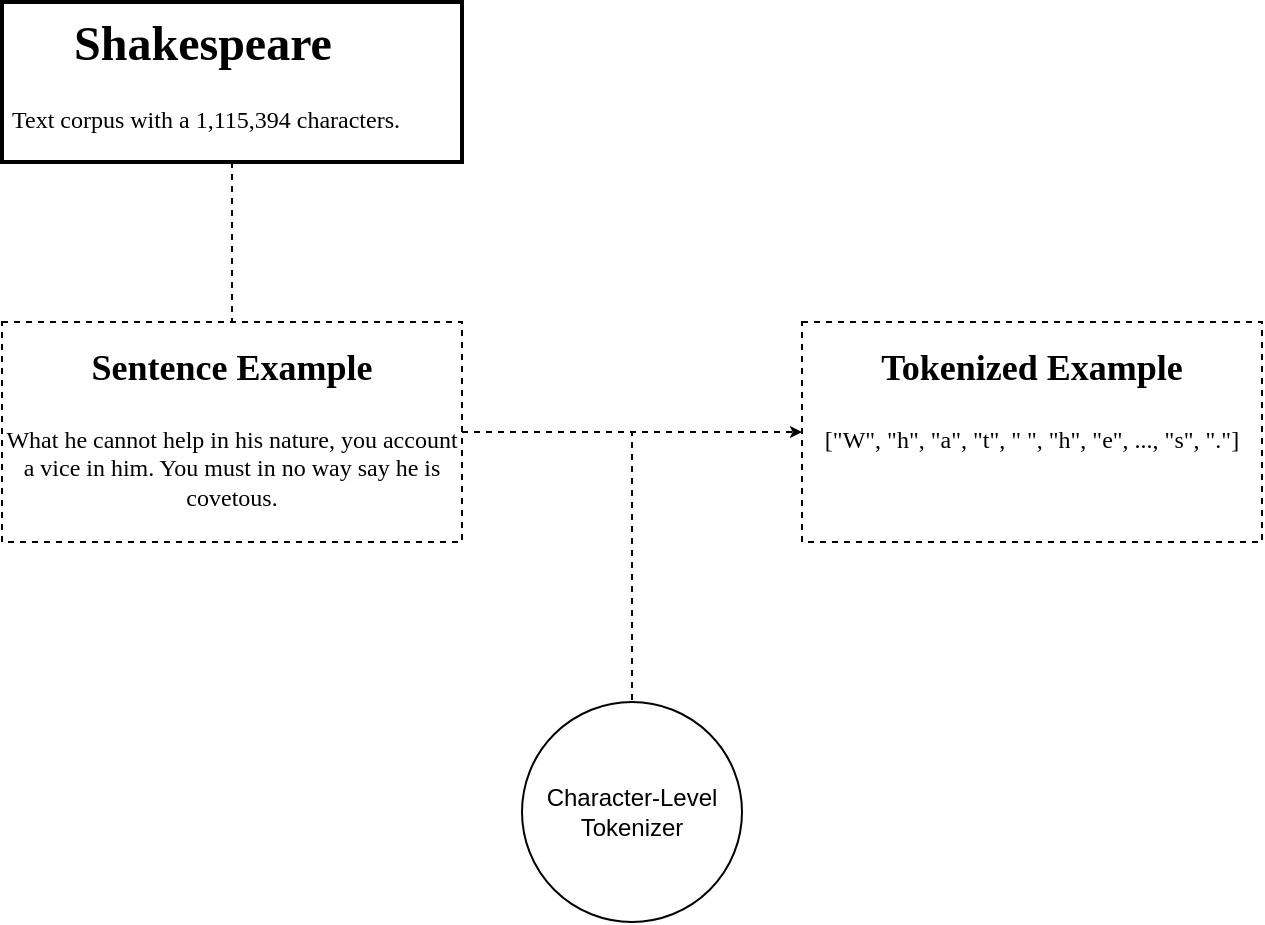
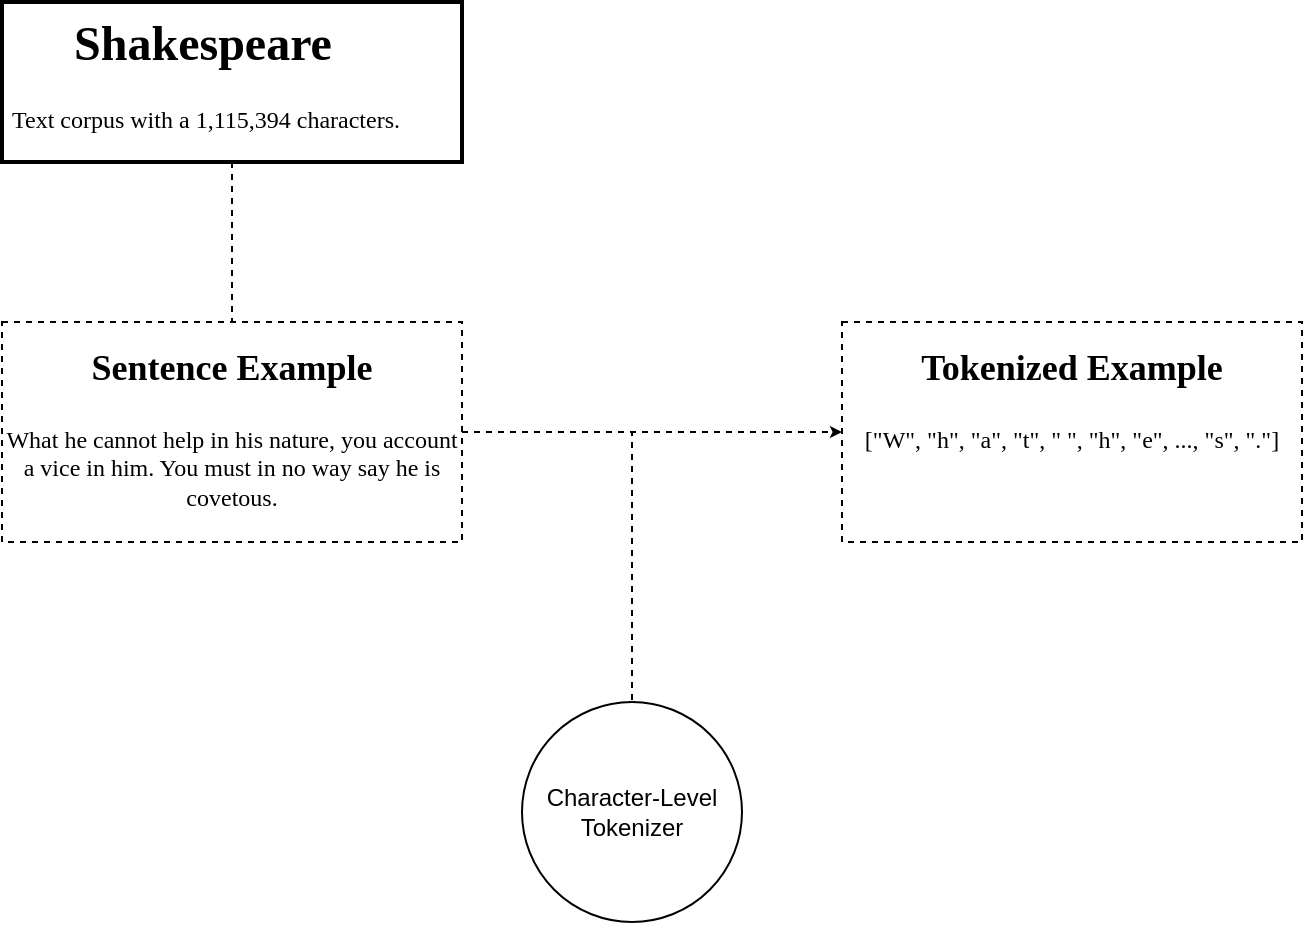
<mxfile host="app.diagrams.net">
  <diagram id="NtGSKF13I9CKaHuXPRk5" name="Page-1">
    <mxGraphModel dx="1092" dy="637" grid="1" gridSize="10" guides="1" tooltips="1" connect="1" arrows="1" fold="1" page="1" pageScale="1" pageWidth="850" pageHeight="1100" math="0" shadow="0">
      <root>
        <mxCell id="0" />
        <mxCell id="1" parent="0" />
        <mxCell id="4VjlniU39edUG8nQXsp6-4" edge="1" parent="1" source="4VjlniU39edUG8nQXsp6-1" style="edgeStyle=orthogonalEdgeStyle;rounded=0;orthogonalLoop=1;jettySize=auto;html=1;entryX=0.5;entryY=0;entryDx=0;entryDy=0;dashed=1;endArrow=none;endFill=0;" target="4VjlniU39edUG8nQXsp6-3">
          <mxGeometry relative="1" as="geometry" />
        </mxCell>
        <mxCell id="4VjlniU39edUG8nQXsp6-1" parent="1" style="text;html=1;whiteSpace=wrap;overflow=hidden;rounded=0;strokeColor=default;strokeWidth=2;" value="&lt;h1 style=&quot;text-align: center; margin-top: 0px;&quot;&gt;&lt;font face=&quot;Tahoma&quot;&gt;Shakespeare&lt;/font&gt;&lt;/h1&gt;&lt;p style=&quot;text-align: center;&quot;&gt;&lt;font face=&quot;Tahoma&quot;&gt;&amp;nbsp;Text corpus with a&amp;nbsp;&lt;span style=&quot;background-color: transparent; color: light-dark(rgb(0, 0, 0), rgb(255, 255, 255));&quot;&gt;1,115,394 characters.&lt;/span&gt;&lt;/font&gt;&lt;br&gt;&lt;/p&gt;" vertex="1">
          <mxGeometry height="80" width="230" x="80" y="330" as="geometry" />
        </mxCell>
        <mxCell id="4VjlniU39edUG8nQXsp6-6" edge="1" parent="1" source="4VjlniU39edUG8nQXsp6-3" style="edgeStyle=orthogonalEdgeStyle;rounded=0;orthogonalLoop=1;jettySize=auto;html=1;entryX=0;entryY=0.5;entryDx=0;entryDy=0;endSize=3;dashed=1;" target="4VjlniU39edUG8nQXsp6-5">
          <mxGeometry relative="1" as="geometry">
            <Array as="points">
              <mxPoint x="390" y="545" />
              <mxPoint x="390" y="545" />
            </Array>
          </mxGeometry>
        </mxCell>
        <mxCell id="4VjlniU39edUG8nQXsp6-11" edge="1" parent="1" source="4VjlniU39edUG8nQXsp6-3" style="edgeStyle=orthogonalEdgeStyle;rounded=0;orthogonalLoop=1;jettySize=auto;html=1;entryX=0.5;entryY=0;entryDx=0;entryDy=0;endSize=3;dashed=1;endArrow=none;endFill=0;" target="4VjlniU39edUG8nQXsp6-8">
          <mxGeometry relative="1" as="geometry" />
        </mxCell>
        <mxCell id="4VjlniU39edUG8nQXsp6-3" parent="1" style="text;html=1;whiteSpace=wrap;overflow=hidden;rounded=0;align=center;strokeColor=default;strokeWidth=1;dashed=1;" value="&lt;h1 style=&quot;margin-top: 0px;&quot;&gt;&lt;font face=&quot;Tahoma&quot; style=&quot;font-size: 18px;&quot;&gt;Sentence Example&lt;/font&gt;&lt;/h1&gt;&lt;p&gt;&lt;font face=&quot;Tahoma&quot;&gt;What he cannot help in his nature, you account a vice in him. You must in no way say he is covetous.&lt;/font&gt;&lt;/p&gt;" vertex="1">
          <mxGeometry height="110" width="230" x="80" y="490" as="geometry" />
        </mxCell>
        <mxCell id="4VjlniU39edUG8nQXsp6-5" parent="1" style="text;html=1;whiteSpace=wrap;overflow=hidden;rounded=0;align=center;strokeColor=default;strokeWidth=1;dashed=1;" value="&lt;h1 style=&quot;margin-top: 0px;&quot;&gt;&lt;font face=&quot;Tahoma&quot; style=&quot;font-size: 18px;&quot;&gt;Tokenized Example&lt;/font&gt;&lt;/h1&gt;&lt;p&gt;&lt;font face=&quot;Tahoma&quot;&gt;[&quot;W&quot;, &quot;h&quot;, &quot;a&quot;, &quot;t&quot;, &quot; &quot;, &quot;h&quot;, &quot;e&quot;, ..., &quot;s&quot;, &quot;.&quot;]&lt;/font&gt;&lt;/p&gt;" vertex="1">
-           <mxGeometry height="110" width="230" x="480" y="490" as="geometry" />
+           <mxGeometry height="110" width="230" x="500" y="490" as="geometry" />
        </mxCell>
        <mxCell id="4VjlniU39edUG8nQXsp6-8" parent="1" style="ellipse;whiteSpace=wrap;html=1;aspect=fixed;" value="Character-Level Tokenizer" vertex="1">
          <mxGeometry height="110" width="110" x="340" y="680" as="geometry" />
        </mxCell>
      </root>
    </mxGraphModel>
  </diagram>
</mxfile>
